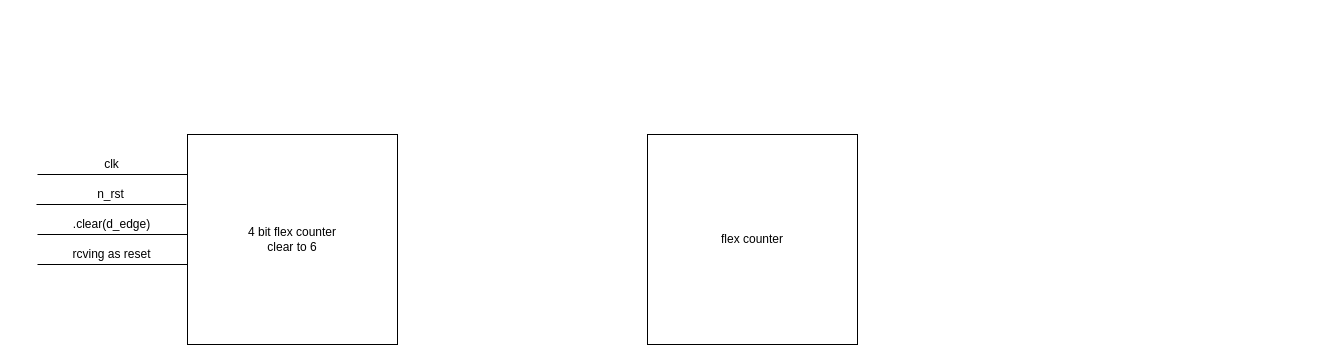
Earlier version of the draw.io diagram project/docs/timer.drawio (Mooyeonkim628/ECE337_ASIC_Design). Source tidied: cells renumbered, new cells numbered last; positions are measured from the earlier drawing's top-left corner, leaving out a move shared by most shapes. Both pictures are drawn from the tidied source at 100%, with x=0, y=0 at pixel (36, 134).
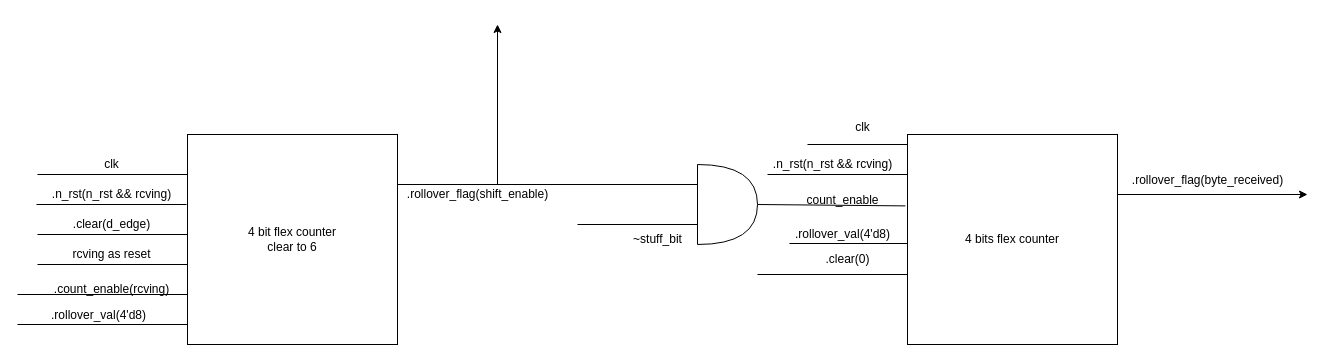
After the change.

What changed in the source:
```diff
@@
-    <mxCell id="3" value="flex counter" style="whiteSpace=wrap;html=1;" parent="1" vertex="1">
-      <mxGeometry x="611" width="210" height="210" as="geometry" />
+    <mxCell id="3" value="4 bits flex counter" style="whiteSpace=wrap;html=1;" parent="1" vertex="1">
+      <mxGeometry x="871" width="210" height="210" as="geometry" />
     </mxCell>
@@
-    <mxCell id="7" value="n_rst" style="text;html=1;align=center;verticalAlign=middle;" parent="1" vertex="1">
-      <mxGeometry x="54" y="50" width="40" height="20" as="geometry" />
+    <mxCell id="7" value=".n_rst(n_rst &amp;amp;&amp;amp; rcving)" style="text;html=1;align=center;verticalAlign=middle;" parent="1" vertex="1">
+      <mxGeometry x="10" y="50" width="130" height="20" as="geometry" />
     </mxCell>
@@
+    <mxCell id="12" style="endArrow=none;html=1;" parent="1" edge="1">
+      <mxGeometry relative="1" as="geometry">
+        <mxPoint x="-19" y="160" as="sourcePoint" />
+        <mxPoint x="151" y="160" as="targetPoint" />
+      </mxGeometry>
+    </mxCell>
+    <mxCell id="13" value=".count_enable(rcving)" style="text;html=1;align=center;verticalAlign=middle;" parent="1" vertex="1">
+      <mxGeometry x="10" y="145" width="130" height="20" as="geometry" />
+    </mxCell>
+    <mxCell id="14" style="endArrow=none;html=1;" parent="1" edge="1">
+      <mxGeometry relative="1" as="geometry">
+        <mxPoint x="-19" y="190" as="sourcePoint" />
+        <mxPoint x="151" y="190" as="targetPoint" />
+      </mxGeometry>
+    </mxCell>
+    <mxCell id="15" value=".rollover_val(4'd8)" style="text;html=1;align=center;verticalAlign=middle;" parent="1" vertex="1">
+      <mxGeometry x="7" y="171" width="110" height="20" as="geometry" />
+    </mxCell>
+    <mxCell id="16" style="endArrow=none;html=1;entryX=0;entryY=0.25;entryDx=0;entryDy=0;entryPerimeter=0;" parent="1" edge="1" target="19">
+      <mxGeometry relative="1" as="geometry">
+        <mxPoint x="361" y="50" as="sourcePoint" />
+      </mxGeometry>
+    </mxCell>
+    <mxCell id="17" style="endArrow=classic;html=1;" parent="1" edge="1">
+      <mxGeometry relative="1" as="geometry">
+        <mxPoint x="461" y="50" as="sourcePoint" />
+        <mxPoint x="461" y="-110" as="targetPoint" />
+      </mxGeometry>
+    </mxCell>
+    <mxCell id="18" value=".rollover_flag(shift_enable)" style="text;html=1;align=center;verticalAlign=middle;" parent="1" vertex="1">
+      <mxGeometry x="361" y="50" width="160" height="20" as="geometry" />
+    </mxCell>
+    <mxCell id="19" style="shape=or;whiteSpace=wrap;html=1;" parent="1" vertex="1">
+      <mxGeometry x="661" y="30" width="60" height="80" as="geometry" />
+    </mxCell>
+    <mxCell id="20" style="endArrow=none;html=1;" parent="1" edge="1">
+      <mxGeometry relative="1" as="geometry">
+        <mxPoint x="541" y="90" as="sourcePoint" />
+        <mxPoint x="661" y="90" as="targetPoint" />
+      </mxGeometry>
+    </mxCell>
+    <mxCell id="21" value="~stuff_bit" style="text;html=1;align=center;verticalAlign=middle;" parent="1" vertex="1">
+      <mxGeometry x="591" y="95" width="60" height="20" as="geometry" />
+    </mxCell>
+    <mxCell id="22" style="endArrow=none;html=1;entryX=-0.01;entryY=0.34;entryDx=0;entryDy=0;entryPerimeter=0;" parent="1" edge="1" target="3">
+      <mxGeometry relative="1" as="geometry">
+        <mxPoint x="721" y="70" as="sourcePoint" />
+      </mxGeometry>
+    </mxCell>
+    <mxCell id="23" value="count_enable" style="text;html=1;align=center;verticalAlign=middle;" parent="1" vertex="1">
+      <mxGeometry x="761" y="56" width="90" height="20" as="geometry" />
+    </mxCell>
+    <mxCell id="24" style="endArrow=none;html=1;" parent="1" edge="1">
+      <mxGeometry relative="1" as="geometry">
+        <mxPoint x="771" y="10" as="sourcePoint" />
+        <mxPoint x="871" y="10" as="targetPoint" />
+      </mxGeometry>
+    </mxCell>
+    <mxCell id="25" value="clk" style="text;html=1;align=center;verticalAlign=middle;" parent="1" vertex="1">
+      <mxGeometry x="811" y="-17" width="30" height="20" as="geometry" />
+    </mxCell>
+    <mxCell id="26" style="endArrow=none;html=1;" parent="1" edge="1">
+      <mxGeometry relative="1" as="geometry">
+        <mxPoint x="731" y="40" as="sourcePoint" />
+        <mxPoint x="871" y="40" as="targetPoint" />
+      </mxGeometry>
+    </mxCell>
+    <mxCell id="27" value=".n_rst(n_rst &amp;amp;&amp;amp; rcving)" style="text;html=1;align=center;verticalAlign=middle;" parent="1" vertex="1">
+      <mxGeometry x="731" y="20" width="130" height="20" as="geometry" />
+    </mxCell>
+    <mxCell id="28" style="endArrow=none;html=1;exitX=0.018;exitY=0.95;exitDx=0;exitDy=0;exitPerimeter=0;" parent="1" edge="1" source="29">
+      <mxGeometry relative="1" as="geometry">
+        <mxPoint x="871" y="109" as="targetPoint" />
+      </mxGeometry>
+    </mxCell>
+    <mxCell id="29" value=".rollover_val(4'd8)" style="text;html=1;align=center;verticalAlign=middle;points=[];" parent="1" vertex="1">
+      <mxGeometry x="751" y="90" width="110" height="20" as="geometry" />
+    </mxCell>
+    <mxCell id="30" style="endArrow=none;html=1;" parent="1" edge="1">
+      <mxGeometry relative="1" as="geometry">
+        <mxPoint x="721" y="140" as="sourcePoint" />
+        <mxPoint x="871" y="140" as="targetPoint" />
+      </mxGeometry>
+    </mxCell>
+    <mxCell id="31" value=".clear(0)" style="text;html=1;align=center;verticalAlign=middle;" parent="1" vertex="1">
+      <mxGeometry x="781" y="115" width="60" height="20" as="geometry" />
+    </mxCell>
+    <mxCell id="32" style="endArrow=classic;html=1;" parent="1" edge="1">
+      <mxGeometry relative="1" as="geometry">
+        <mxPoint x="1081" y="60" as="sourcePoint" />
+        <mxPoint x="1271" y="60" as="targetPoint" />
+      </mxGeometry>
+    </mxCell>
+    <mxCell id="33" value=".rollover_flag(byte_received)" style="text;html=1;align=center;verticalAlign=middle;" parent="1" vertex="1">
+      <mxGeometry x="1086" y="36" width="170" height="20" as="geometry" />
+    </mxCell>
```
